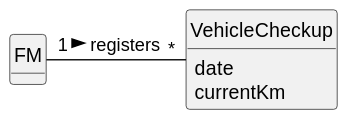
This is docs/sprintA/us007/02.analysis/svg/us007-domain-model.svg from ricardomm7/leaflink, a PlantUML export, as it was before one commit.
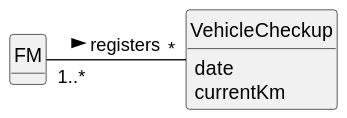
The same diagram one commit later.

Change to the diagram source:
```diff
@@ -19,5 +19,5 @@
 
 }
 
-FM "1" - "*" VehicleCheckup : registers >
+FM "1..*" - "*" VehicleCheckup : registers >
 @enduml
```
